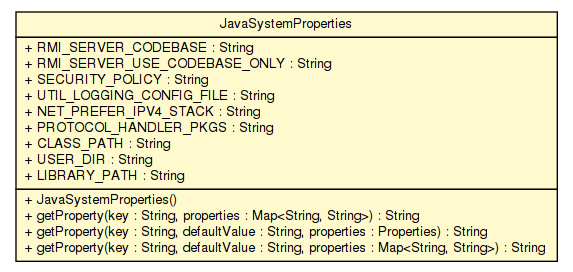
Before: apidocs/sorcer/util/JavaSystemProperties.png, a diagram exported from Graphviz (sorcersoft/sorcersoft.github.io). Its source is kept beside it as apidocs/sorcer/util/JavaSystemProperties.dot.
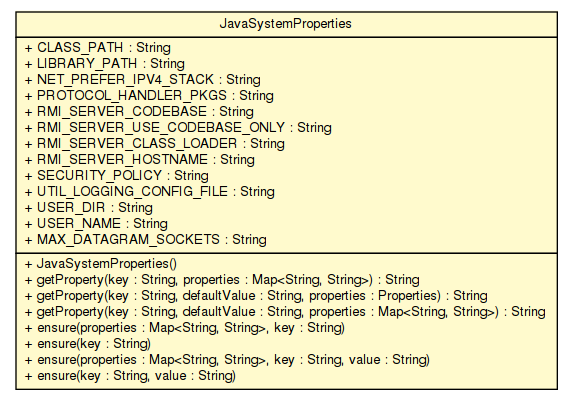
After the change.

Change to the diagram source:
```diff
@@ -4,26 +4,34 @@
 	node [fontname="Helvetica",fontsize=10,shape=plaintext];
 	nodesep=0.25;
 	ranksep=0.5;
-	c183220 [label=<<table title="sorcer.util.JavaSystemProperties" border="0" cellborder="1" cellspacing="0" cellpadding="2" port="p" bgcolor="lemonChiffon" href="./JavaSystemProperties.html">
+	c257406 [label=<<table title="sorcer.util.JavaSystemProperties" border="0" cellborder="1" cellspacing="0" cellpadding="2" port="p" bgcolor="lemonChiffon" href="./JavaSystemProperties.html">
 		<tr><td><table border="0" cellspacing="0" cellpadding="1">
 <tr><td align="center" balign="center"> JavaSystemProperties </td></tr>
 		</table></td></tr>
 		<tr><td><table border="0" cellspacing="0" cellpadding="1">
+<tr><td align="left" balign="left"> + CLASS_PATH : String </td></tr>
+<tr><td align="left" balign="left"> + LIBRARY_PATH : String </td></tr>
+<tr><td align="left" balign="left"> + NET_PREFER_IPV4_STACK : String </td></tr>
+<tr><td align="left" balign="left"> + PROTOCOL_HANDLER_PKGS : String </td></tr>
 <tr><td align="left" balign="left"> + RMI_SERVER_CODEBASE : String </td></tr>
 <tr><td align="left" balign="left"> + RMI_SERVER_USE_CODEBASE_ONLY : String </td></tr>
+<tr><td align="left" balign="left"> + RMI_SERVER_CLASS_LOADER : String </td></tr>
+<tr><td align="left" balign="left"> + RMI_SERVER_HOSTNAME : String </td></tr>
 <tr><td align="left" balign="left"> + SECURITY_POLICY : String </td></tr>
 <tr><td align="left" balign="left"> + UTIL_LOGGING_CONFIG_FILE : String </td></tr>
-<tr><td align="left" balign="left"> + NET_PREFER_IPV4_STACK : String </td></tr>
-<tr><td align="left" balign="left"> + PROTOCOL_HANDLER_PKGS : String </td></tr>
-<tr><td align="left" balign="left"> + CLASS_PATH : String </td></tr>
 <tr><td align="left" balign="left"> + USER_DIR : String </td></tr>
-<tr><td align="left" balign="left"> + LIBRARY_PATH : String </td></tr>
+<tr><td align="left" balign="left"> + USER_NAME : String </td></tr>
+<tr><td align="left" balign="left"> + MAX_DATAGRAM_SOCKETS : String </td></tr>
 		</table></td></tr>
 		<tr><td><table border="0" cellspacing="0" cellpadding="1">
 <tr><td align="left" balign="left"> + JavaSystemProperties() </td></tr>
 <tr><td align="left" balign="left"> + getProperty(key : String, properties : Map&lt;String, String&gt;) : String </td></tr>
 <tr><td align="left" balign="left"> + getProperty(key : String, defaultValue : String, properties : Properties) : String </td></tr>
 <tr><td align="left" balign="left"> + getProperty(key : String, defaultValue : String, properties : Map&lt;String, String&gt;) : String </td></tr>
+<tr><td align="left" balign="left"> + ensure(properties : Map&lt;String, String&gt;, key : String) </td></tr>
+<tr><td align="left" balign="left"> + ensure(key : String) </td></tr>
+<tr><td align="left" balign="left"> + ensure(properties : Map&lt;String, String&gt;, key : String, value : String) </td></tr>
+<tr><td align="left" balign="left"> + ensure(key : String, value : String) </td></tr>
 		</table></td></tr>
 		</table>>, URL="./JavaSystemProperties.html", fontname="Helvetica", fontcolor="black", fontsize=10.0];
 }
```
